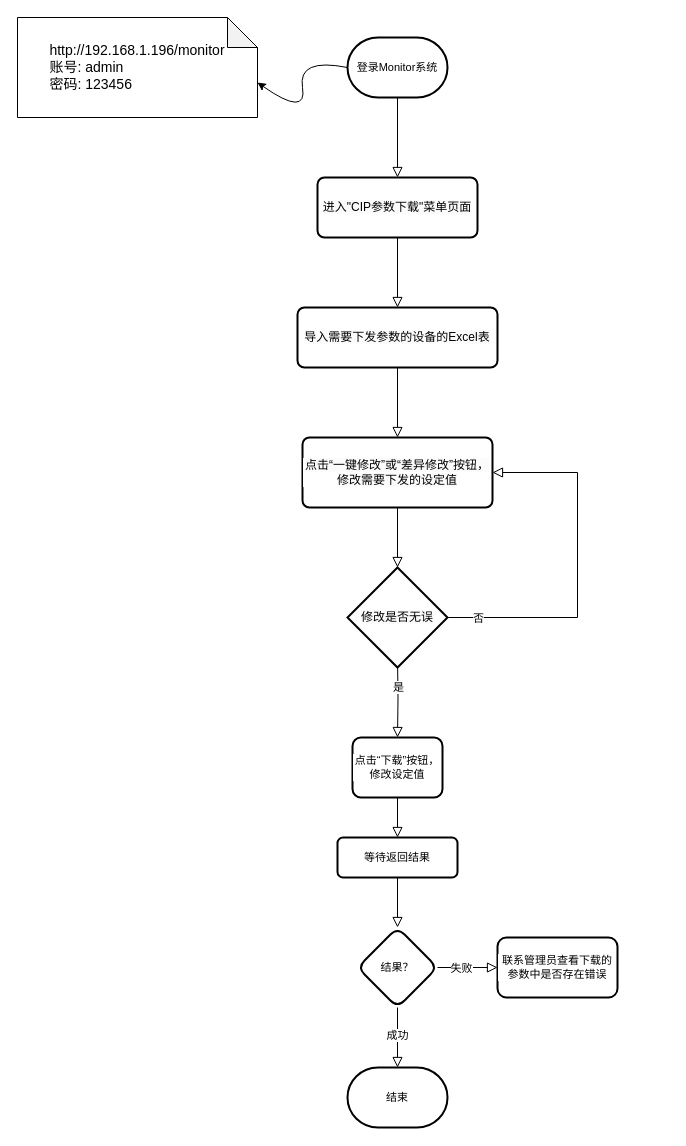
The draw.io diagram 参数下载.drawio in AgonyCarl/frank.github.io, before the edit. Source tidied: cells renumbered, new cells numbered last; positions are measured from the earlier drawing's top-left corner, leaving out a move shared by most shapes. Both pictures are drawn from the tidied source at 100%, with x=0, y=0 at pixel (17, 17).
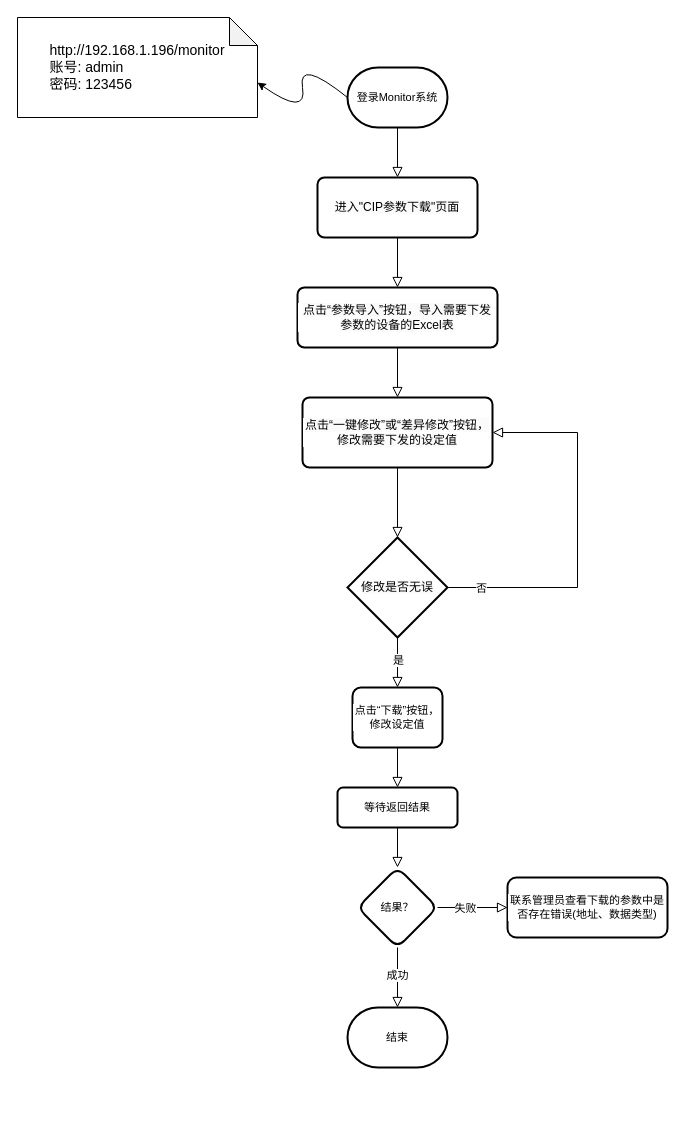
After the change.

Commit message:
更新参数下载.drawio

Diff of the diagram source:
```diff
@@
-    <mxCell id="3" value="&lt;div style=&quot;text-align: justify; font-size: 14px;&quot;&gt;&lt;font style=&quot;font-size: 14px;&quot;&gt;http://192.168.1.196/monitor&lt;/font&gt;&lt;/div&gt;&lt;div style=&quot;text-align: justify; font-size: 14px;&quot;&gt;&lt;font style=&quot;font-size: 14px;&quot;&gt;账号: admin&lt;/font&gt;&lt;/div&gt;&lt;div style=&quot;text-align: justify; font-size: 14px;&quot;&gt;&lt;font style=&quot;font-size: 14px;&quot;&gt;密码: 123456&lt;/font&gt;&lt;/div&gt;" style="shape=note;whiteSpace=wrap;html=1;backgroundOutline=1;darkOpacity=0.05;" parent="1" vertex="1">
+    <mxCell id="3" value="&lt;div style=&quot;text-align: justify; font-size: 14px;&quot;&gt;&lt;font style=&quot;font-size: 14px;&quot;&gt;http://192.168.1.196/monitor&lt;/font&gt;&lt;/div&gt;&lt;div style=&quot;text-align: justify; font-size: 14px;&quot;&gt;&lt;font style=&quot;font-size: 14px;&quot;&gt;账号: admin&lt;/font&gt;&lt;/div&gt;&lt;div style=&quot;text-align: justify; font-size: 14px;&quot;&gt;&lt;font style=&quot;font-size: 14px;&quot;&gt;密码: 123456&lt;/font&gt;&lt;/div&gt;" style="shape=note;whiteSpace=wrap;html=1;backgroundOutline=1;darkOpacity=0.05;size=28;" parent="1" vertex="1">
       <mxGeometry width="240" height="100" as="geometry" />
     </mxCell>
@@
-    <mxCell id="7" style="edgeStyle=orthogonalEdgeStyle;shape=connector;rounded=0;orthogonalLoop=1;jettySize=auto;html=1;strokeColor=default;align=center;verticalAlign=middle;fontFamily=Helvetica;fontSize=11;fontColor=default;labelBackgroundColor=default;endArrow=block;endFill=0;endSize=8;" parent="1" edge="1">
-      <mxGeometry relative="1" as="geometry">
-        <mxPoint x="380" y="480" as="sourcePoint" />
-        <mxPoint x="380" y="550" as="targetPoint" />
-      </mxGeometry>
+    <mxCell id="7" style="edgeStyle=orthogonalEdgeStyle;shape=connector;rounded=0;jettySize=auto;html=1;strokeColor=default;align=center;verticalAlign=middle;fontFamily=Helvetica;fontSize=11;fontColor=default;labelBackgroundColor=default;endArrow=block;endFill=0;endSize=8;exitX=0.5;exitY=1;exitDx=0;exitDy=0;entryX=0.5;entryY=0;entryDx=0;entryDy=0;entryPerimeter=0;" parent="1" edge="1" source="24" target="25">
+      <mxGeometry relative="1" as="geometry" />
     </mxCell>
-    <mxCell id="8" style="edgeStyle=orthogonalEdgeStyle;shape=connector;rounded=0;jettySize=auto;html=1;strokeColor=default;align=center;verticalAlign=middle;fontFamily=Helvetica;fontSize=11;fontColor=default;labelBackgroundColor=default;endArrow=block;endFill=0;endSize=8;" parent="1" edge="1" target="13">
-      <mxGeometry relative="1" as="geometry">
-        <mxPoint x="380" y="640" as="sourcePoint" />
-      </mxGeometry>
+    <mxCell id="8" style="edgeStyle=orthogonalEdgeStyle;shape=connector;rounded=0;jettySize=auto;html=1;strokeColor=default;align=center;verticalAlign=middle;fontFamily=Helvetica;fontSize=11;fontColor=default;labelBackgroundColor=default;endArrow=block;endFill=0;endSize=8;exitX=0.5;exitY=1;exitDx=0;exitDy=0;exitPerimeter=0;" parent="1" edge="1" source="25" target="13">
+      <mxGeometry relative="1" as="geometry" />
     </mxCell>
@@
     <mxCell id="10" style="endArrow=block;html=1;rounded=0;strokeColor=default;align=center;verticalAlign=middle;fontFamily=Helvetica;fontSize=11;fontColor=default;labelBackgroundColor=default;edgeStyle=orthogonalEdgeStyle;endSize=8;exitX=1;exitY=0.5;exitDx=0;exitDy=0;entryX=1;entryY=0.5;entryDx=0;entryDy=0;endFill=0;exitPerimeter=0;" parent="1" edge="1" source="25" target="24">
       <mxGeometry relative="1" as="geometry">
         <Array as="points">
-          <mxPoint x="560" y="600" />
-          <mxPoint x="560" y="455" />
+          <mxPoint x="560" y="570" />
+          <mxPoint x="560" y="415" />
         </Array>
       </mxGeometry>
     </mxCell>
@@
     <mxCell id="13" value="点击“下载”按钮，修改设定值" style="whiteSpace=wrap;html=1;rounded=1;glass=0;strokeWidth=2;shadow=0;strokeColor=default;align=center;verticalAlign=middle;arcSize=14;fontFamily=Helvetica;fontSize=11;fontColor=default;labelBackgroundColor=default;fillColor=default;" parent="1" vertex="1">
-      <mxGeometry x="335" y="720" width="90" height="60" as="geometry" />
+      <mxGeometry x="335" y="670" width="90" height="60" as="geometry" />
     </mxCell>
@@
     <mxCell id="15" value="等待返回结果" style="whiteSpace=wrap;html=1;rounded=1;glass=0;strokeWidth=2;shadow=0;strokeColor=default;align=center;verticalAlign=middle;arcSize=14;fontFamily=Helvetica;fontSize=11;fontColor=default;labelBackgroundColor=default;fillColor=default;" parent="1" vertex="1">
-      <mxGeometry x="320" y="820" width="120" height="40" as="geometry" />
+      <mxGeometry x="320" y="770" width="120" height="40" as="geometry" />
     </mxCell>
@@
     <mxCell id="20" value="结果？" style="rhombus;whiteSpace=wrap;html=1;rounded=1;glass=0;strokeWidth=2;shadow=0;strokeColor=default;align=center;verticalAlign=middle;fontFamily=Helvetica;fontSize=11;fontColor=default;labelBackgroundColor=default;fillColor=default;" parent="1" vertex="1">
-      <mxGeometry x="340" y="910" width="80" height="80" as="geometry" />
+      <mxGeometry x="340" y="850" width="80" height="80" as="geometry" />
     </mxCell>
     <mxCell id="21" value="登录Monitor系统" style="strokeWidth=2;html=1;shape=mxgraph.flowchart.terminator;whiteSpace=wrap;fontFamily=Helvetica;fontSize=11;fontColor=default;labelBackgroundColor=default;" parent="1" vertex="1">
-      <mxGeometry x="330" y="20" width="100" height="60" as="geometry" />
+      <mxGeometry x="330" y="50" width="100" height="60" as="geometry" />
     </mxCell>
-    <mxCell id="22" value="&lt;span style=&quot;font-size: 12px; background-color: rgb(251, 251, 251);&quot;&gt;进入&quot;CIP参数下载&quot;菜单页面&lt;/span&gt;" style="rounded=1;whiteSpace=wrap;html=1;absoluteArcSize=1;arcSize=14;strokeWidth=2;fontFamily=Helvetica;fontSize=11;fontColor=default;labelBackgroundColor=default;" parent="1" vertex="1">
+    <mxCell id="22" value="&lt;span style=&quot;font-size: 12px; background-color: rgb(251, 251, 251);&quot;&gt;进入&quot;CIP参数下载&quot;页面&lt;/span&gt;" style="rounded=1;whiteSpace=wrap;html=1;absoluteArcSize=1;arcSize=14;strokeWidth=2;fontFamily=Helvetica;fontSize=11;fontColor=default;labelBackgroundColor=default;" parent="1" vertex="1">
       <mxGeometry x="300" y="160" width="160" height="60" as="geometry" />
     </mxCell>
-    <mxCell id="23" value="&lt;span style=&quot;font-size: 12px; background-color: rgb(251, 251, 251);&quot;&gt;导入需要下发参数的设备的Excel表&lt;/span&gt;" style="rounded=1;whiteSpace=wrap;html=1;absoluteArcSize=1;arcSize=14;strokeWidth=2;fontFamily=Helvetica;fontSize=11;fontColor=default;labelBackgroundColor=default;" parent="1" vertex="1">
-      <mxGeometry x="280" y="290" width="200" height="60" as="geometry" />
+    <mxCell id="23" value="&lt;span style=&quot;font-size: 12px; background-color: rgb(251, 251, 251);&quot;&gt;点击“参数导入”按钮，导入需要下发参数的设备的Excel表&lt;/span&gt;" style="rounded=1;whiteSpace=wrap;html=1;absoluteArcSize=1;arcSize=14;strokeWidth=2;fontFamily=Helvetica;fontSize=11;fontColor=default;labelBackgroundColor=default;" parent="1" vertex="1">
+      <mxGeometry x="280" y="270" width="200" height="60" as="geometry" />
     </mxCell>
     <mxCell id="24" value="&lt;span style=&quot;font-size: 12px; background-color: rgb(251, 251, 251);&quot;&gt;点击“一键修改”或“差异修改”按钮，修改需要下发的设定值&lt;/span&gt;" style="rounded=1;whiteSpace=wrap;html=1;absoluteArcSize=1;arcSize=14;strokeWidth=2;fontFamily=Helvetica;fontSize=11;fontColor=default;labelBackgroundColor=default;" parent="1" vertex="1">
-      <mxGeometry x="285" y="420" width="190" height="70" as="geometry" />
+      <mxGeometry x="285" y="380" width="190" height="70" as="geometry" />
     </mxCell>
     <mxCell id="25" value="&lt;span style=&quot;font-size: 12px; background-color: rgb(251, 251, 251);&quot;&gt;修改是否无误&lt;/span&gt;" style="strokeWidth=2;html=1;shape=mxgraph.flowchart.decision;whiteSpace=wrap;fontFamily=Helvetica;fontSize=11;fontColor=default;labelBackgroundColor=default;" parent="1" vertex="1">
-      <mxGeometry x="330" y="550" width="100" height="100" as="geometry" />
+      <mxGeometry x="330" y="520" width="100" height="100" as="geometry" />
     </mxCell>
     <mxCell id="26" value="结束" style="strokeWidth=2;html=1;shape=mxgraph.flowchart.terminator;whiteSpace=wrap;fontFamily=Helvetica;fontSize=11;fontColor=default;labelBackgroundColor=default;" parent="1" vertex="1">
-      <mxGeometry x="330" y="1050" width="100" height="60" as="geometry" />
+      <mxGeometry x="330" y="990" width="100" height="60" as="geometry" />
     </mxCell>
-    <mxCell id="27" value="联系管理员查看下载的参数中是否存在错误" style="whiteSpace=wrap;html=1;fontSize=11;rounded=1;glass=0;strokeWidth=2;shadow=0;labelBackgroundColor=default;" parent="1" vertex="1">
-      <mxGeometry x="480" y="920" width="120" height="60" as="geometry" />
+    <mxCell id="27" value="联系管理员查看下载的参数中是否存在错误(地址、数据类型)" style="whiteSpace=wrap;html=1;fontSize=11;rounded=1;glass=0;strokeWidth=2;shadow=0;labelBackgroundColor=default;" parent="1" vertex="1">
+      <mxGeometry x="490" y="860" width="160" height="60" as="geometry" />
     </mxCell>
```
